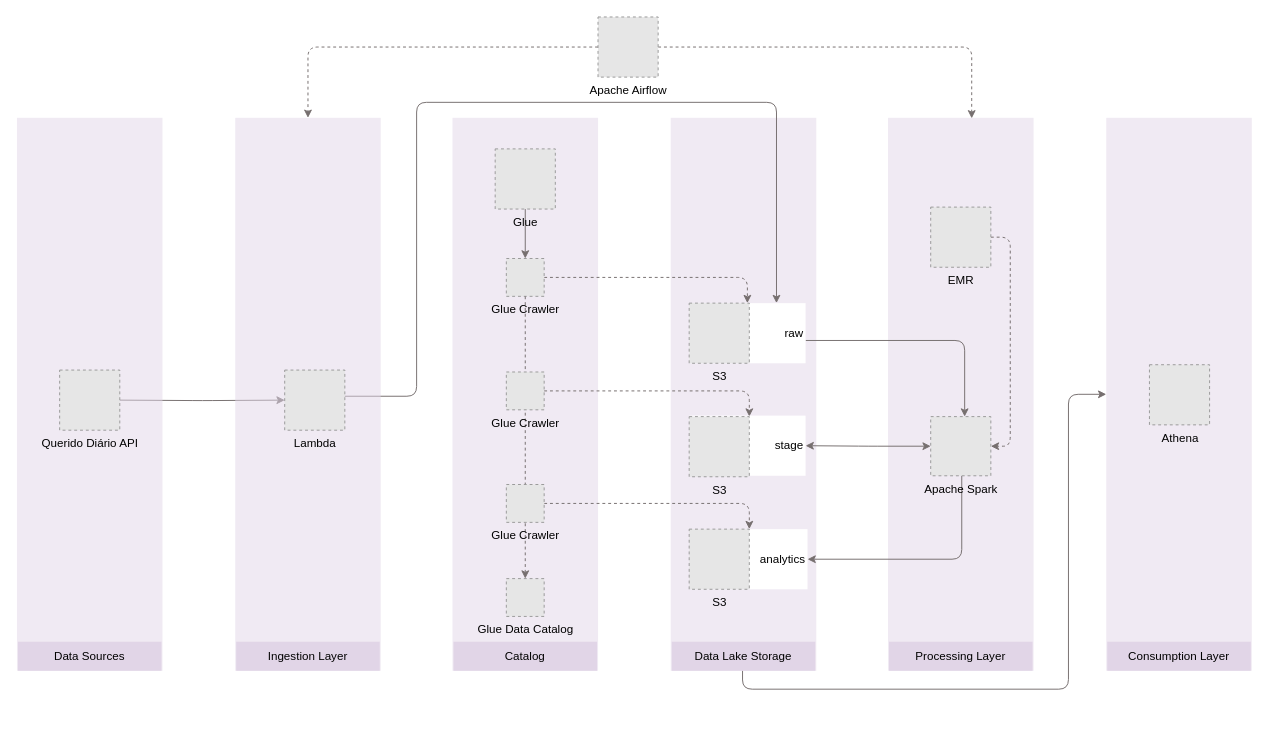
Above: diagrams/political-data-lake.drawio in Jefersonalves/political-data-lake (draw.io), before the change. Source tidied: cells renumbered, new cells numbered last; positions are measured from the earlier drawing's top-left corner, leaving out a move shared by most shapes. Both pictures are drawn from the tidied source at 97%, with x=0, y=0 at pixel (16, 16). Pictures stored in the file or linked from it are replaced by grey dashed boxes.
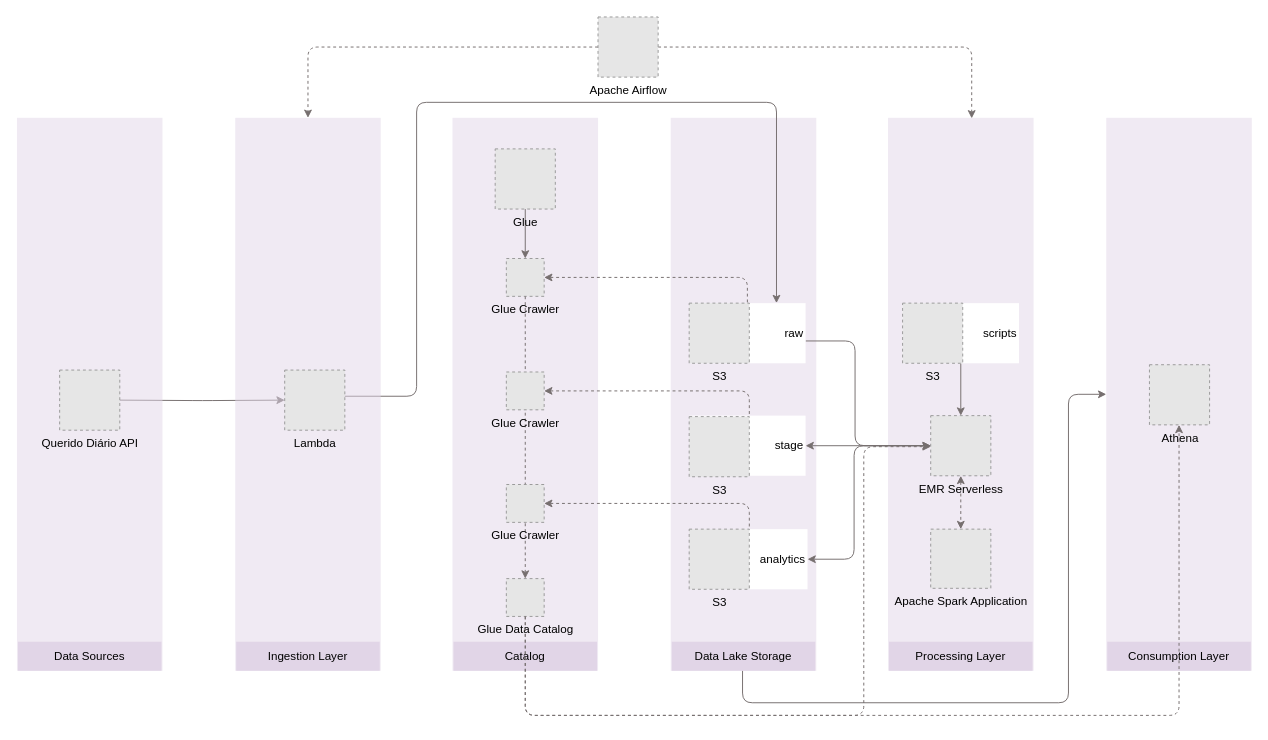
The same page after the edit.

Commit message (it also covers changes not shown here):
update the architecture diagram

The change refers to these unchanged cells:
```xml
<mxCell id="12" value="Data Lake Storage" style="text;html=1;strokeColor=none;fillColor=#e1d5e7;align=center;verticalAlign=middle;whiteSpace=wrap;rounded=0;fontSize=12;fontFamily=Helvetica;" parent="1" vertex="1">
  <mxGeometry x="675" y="644" width="148" height="30" as="geometry" />
</mxCell>
<mxCell id="18" value="Glue Crawler" style="fillColor=#E6E6E6;strokeColor=#999999;dashed=1;html=1;verticalLabelPosition=bottom;verticalAlign=top;" parent="17" vertex="1">
  <mxGeometry width="39" height="39" as="geometry" />
</mxCell>
<mxCell id="19" value="Glue Data Catalog" style="fillColor=#E6E6E6;strokeColor=#999999;dashed=1;html=1;verticalLabelPosition=bottom;verticalAlign=top;" parent="17" vertex="1">
  <mxGeometry y="330" width="39" height="39" as="geometry" />
</mxCell>
<mxCell id="21" value="Glue Crawler" style="fillColor=#E6E6E6;strokeColor=#999999;dashed=1;html=1;verticalLabelPosition=bottom;verticalAlign=top;" parent="17" vertex="1">
  <mxGeometry y="117" width="39" height="39" as="geometry" />
</mxCell>
<mxCell id="22" value="Glue Crawler" style="fillColor=#E6E6E6;strokeColor=#999999;dashed=1;html=1;verticalLabelPosition=bottom;verticalAlign=top;" parent="17" vertex="1">
  <mxGeometry y="233" width="39" height="39" as="geometry" />
</mxCell>
<mxCell id="34" style="rounded=0;whiteSpace=wrap;html=1;direction=north;fillColor=#e1d5e7;strokeColor=none;gradientColor=none;verticalAlign=top;opacity=50;" parent="1" vertex="1">
  <mxGeometry x="1123" y="104" width="150" height="570" as="geometry" />
</mxCell>
<mxCell id="40" value="Athena" style="fillColor=#E6E6E6;strokeColor=#999999;dashed=1;html=1;verticalLabelPosition=bottom;verticalAlign=top;" parent="1" vertex="1">
  <mxGeometry x="1167.5" y="358.5" width="62" height="62" as="geometry" />
</mxCell>
<mxCell id="42" value="raw" style="rounded=0;whiteSpace=wrap;html=1;align=right;strokeColor=none;fillColor=#FFFFFF;fillStyle=solid;" parent="1" vertex="1">
  <mxGeometry x="693" y="295" width="120" height="62" as="geometry" />
</mxCell>
<mxCell id="46" value="S3" style="fillColor=#E6E6E6;strokeColor=#999999;dashed=1;html=1;verticalLabelPosition=bottom;verticalAlign=top;" parent="1" vertex="1">
  <mxGeometry x="693" y="412" width="62" height="62" as="geometry" />
</mxCell>
<mxCell id="47" value="analytics" style="rounded=0;whiteSpace=wrap;html=1;align=right;strokeColor=none;fillColor=#FFFFFF;fillStyle=solid;" parent="1" vertex="1">
  <mxGeometry x="695" y="528" width="120" height="62" as="geometry" />
</mxCell>
```

The edit, as a diff of the source:
```diff
@@
-    <mxCell id="5" style="edgeStyle=orthogonalEdgeStyle;jettySize=auto;html=1;rounded=1;strokeColor=#766f6f;dashed=1;" parent="1" edge="1" source="18" target="42">
+    <mxCell id="5" style="edgeStyle=orthogonalEdgeStyle;jettySize=auto;html=1;rounded=1;strokeColor=#766f6f;dashed=1;startArrow=classic;startFill=1;endArrow=none;endFill=0;" parent="1" edge="1" source="18" target="42">
       <mxGeometry relative="1" as="geometry" />
     </mxCell>
-    <mxCell id="6" style="edgeStyle=orthogonalEdgeStyle;jettySize=auto;html=1;rounded=1;strokeColor=#766f6f;dashed=1;" parent="1" edge="1" source="22" target="47">
+    <mxCell id="6" style="edgeStyle=orthogonalEdgeStyle;jettySize=auto;html=1;rounded=1;strokeColor=#766f6f;dashed=1;startArrow=classic;startFill=1;endArrow=none;endFill=0;" parent="1" edge="1" source="22" target="47">
       <mxGeometry relative="1" as="geometry" />
     </mxCell>
@@
-    <mxCell id="11" style="edgeStyle=orthogonalEdgeStyle;rounded=1;jettySize=auto;html=1;fontFamily=Helvetica;fontSize=11;fontColor=default;strokeColor=#766f6f;" parent="1" edge="1" source="12" target="34">
+    <mxCell id="11" style="edgeStyle=orthogonalEdgeStyle;rounded=1;jettySize=auto;html=1;fontFamily=Helvetica;fontSize=11;fontColor=default;strokeColor=#766f6f;startArrow=none;startFill=0;endArrow=classic;endFill=1;" parent="1" edge="1" source="12" target="34">
       <mxGeometry relative="1" as="geometry">
         <Array as="points">
-          <mxPoint x="748" y="693" />
-          <mxPoint x="1084" y="693" />
+          <mxPoint x="748" y="707" />
+          <mxPoint x="1084" y="707" />
           <mxPoint x="1084" y="389" />
         </Array>
       </mxGeometry>
     </mxCell>
@@
     <mxCell id="23" style="edgeStyle=orthogonalEdgeStyle;rounded=1;jettySize=auto;html=1;fontFamily=Helvetica;fontSize=11;fontColor=default;strokeColor=#766f6f;" parent="1" edge="1" source="42" target="39">
       <mxGeometry relative="1" as="geometry">
         <Array as="points">
-          <mxPoint x="977" y="333.5" />
+          <mxPoint x="864" y="334" />
+          <mxPoint x="864" y="442" />
         </Array>
       </mxGeometry>
     </mxCell>
@@
     <mxCell id="25" style="edgeStyle=orthogonalEdgeStyle;rounded=1;jettySize=auto;html=1;entryX=1;entryY=0.5;entryDx=0;entryDy=0;fontFamily=Helvetica;fontSize=11;fontColor=default;strokeColor=#766f6f;" parent="1" edge="1" source="39" target="47">
       <mxGeometry relative="1" as="geometry">
         <Array as="points">
-          <mxPoint x="974" y="559.5" />
+          <mxPoint x="863" y="442" />
+          <mxPoint x="863" y="559" />
         </Array>
       </mxGeometry>
     </mxCell>
@@
-    <mxCell id="30" style="edgeStyle=orthogonalEdgeStyle;rounded=1;jettySize=auto;html=1;fontFamily=Helvetica;fontSize=11;fontColor=default;strokeColor=#766f6f;dashed=1;entryX=1;entryY=0;entryDx=0;entryDy=0;" parent="1" edge="1" source="21" target="46">
+    <mxCell id="30" style="edgeStyle=orthogonalEdgeStyle;rounded=1;jettySize=auto;html=1;fontFamily=Helvetica;fontSize=11;fontColor=default;strokeColor=#766f6f;dashed=1;entryX=1;entryY=0;entryDx=0;entryDy=0;startArrow=classic;startFill=1;endArrow=none;endFill=0;" parent="1" edge="1" source="21" target="46">
       <mxGeometry relative="1" as="geometry" />
     </mxCell>
@@
-    <mxCell id="36" style="group;" parent="1" vertex="1">
-      <mxGeometry x="942" y="196" width="62" height="277" as="geometry" />
-    </mxCell>
-    <mxCell id="37" style="edgeStyle=orthogonalEdgeStyle;rounded=1;jettySize=auto;html=1;entryX=1;entryY=0.5;entryDx=0;entryDy=0;fontFamily=Helvetica;fontSize=11;fontColor=default;strokeColor=#766f6f;dashed=1;" parent="36" edge="1" source="38" target="39">
-      <mxGeometry relative="1" as="geometry">
-        <Array as="points">
-          <mxPoint x="82" y="31" />
-          <mxPoint x="82" y="247" />
-        </Array>
-      </mxGeometry>
-    </mxCell>
-    <mxCell id="38" value="EMR" style="fillColor=#E6E6E6;strokeColor=#999999;dashed=1;html=1;verticalLabelPosition=bottom;verticalAlign=top;" parent="36" vertex="1">
-      <mxGeometry width="62" height="62" as="geometry" />
-    </mxCell>
-    <mxCell id="39" value="Apache Spark" style="fillColor=#E6E6E6;strokeColor=#999999;dashed=1;html=1;verticalLabelPosition=bottom;verticalAlign=top;" parent="36" vertex="1">
-      <mxGeometry y="216" width="62" height="61" as="geometry" />
-    </mxCell>
@@
+    <mxCell id="49" style="edgeStyle=orthogonalEdgeStyle;rounded=1;jettySize=auto;html=1;dashed=1;strokeColor=#766f6f;align=center;verticalAlign=middle;fontFamily=Helvetica;fontSize=11;fontColor=default;labelBackgroundColor=default;endArrow=classic;endFill=1;startArrow=none;startFill=0;" parent="1" edge="1" source="19" target="39">
+      <mxGeometry relative="1" as="geometry">
+        <Array as="points">
+          <mxPoint x="524" y="720" />
+          <mxPoint x="873" y="720" />
+          <mxPoint x="873" y="443" />
+        </Array>
+      </mxGeometry>
+    </mxCell>
+    <mxCell id="50" style="edgeStyle=orthogonalEdgeStyle;rounded=1;jettySize=auto;html=1;strokeColor=#766f6f;align=center;verticalAlign=middle;fontFamily=Helvetica;fontSize=11;fontColor=default;labelBackgroundColor=default;startArrow=none;startFill=0;endArrow=classic;" parent="1" edge="1" source="55" target="39">
+      <mxGeometry relative="1" as="geometry" />
+    </mxCell>
+    <mxCell id="51" style="edgeStyle=orthogonalEdgeStyle;rounded=1;jettySize=auto;html=1;startArrow=classic;startFill=1;dashed=1;strokeColor=#766f6f;align=center;verticalAlign=middle;fontFamily=Helvetica;fontSize=11;fontColor=default;labelBackgroundColor=default;endArrow=classic;endFill=1;" parent="1" edge="1" source="39" target="53">
+      <mxGeometry relative="1" as="geometry" />
+    </mxCell>
+    <mxCell id="39" value="EMR Serverless" style="fillColor=#E6E6E6;strokeColor=#999999;dashed=1;html=1;verticalLabelPosition=bottom;verticalAlign=top;" parent="1" vertex="1">
+      <mxGeometry x="942" y="411" width="62" height="62" as="geometry" />
+    </mxCell>
+    <mxCell id="52" style="edgeStyle=orthogonalEdgeStyle;rounded=1;jettySize=auto;html=1;dashed=1;strokeColor=#766f6f;align=center;verticalAlign=middle;fontFamily=Helvetica;fontSize=11;fontColor=default;labelBackgroundColor=default;endArrow=classic;startArrow=none;startFill=0;endFill=1;" parent="1" edge="1" source="19" target="40">
+      <mxGeometry relative="1" as="geometry">
+        <Array as="points">
+          <mxPoint x="524" y="720" />
+          <mxPoint x="1198" y="720" />
+        </Array>
+      </mxGeometry>
+    </mxCell>
+    <mxCell id="53" value="Apache Spark Application" style="fillColor=#E6E6E6;strokeColor=#999999;dashed=1;html=1;verticalLabelPosition=bottom;verticalAlign=top;" parent="1" vertex="1">
+      <mxGeometry x="942" y="528" width="62" height="61" as="geometry" />
+    </mxCell>
+    <mxCell id="54" style="group;" parent="1" vertex="1">
+      <mxGeometry x="913" y="295" width="120" height="62" as="geometry" />
+    </mxCell>
+    <mxCell id="55" value="scripts" style="rounded=0;whiteSpace=wrap;html=1;align=right;fillStyle=solid;strokeColor=none;" parent="54" vertex="1">
+      <mxGeometry width="120" height="62" as="geometry" />
+    </mxCell>
+    <mxCell id="56" value="S3" style="fillColor=#E6E6E6;strokeColor=#999999;dashed=1;html=1;verticalLabelPosition=bottom;verticalAlign=top;" parent="54" vertex="1">
+      <mxGeometry width="62" height="62" as="geometry" />
+    </mxCell>
```
